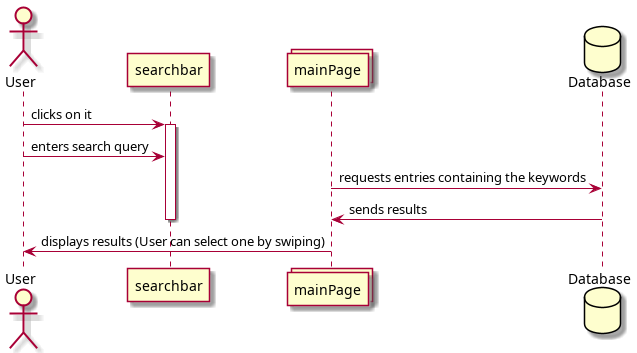
Before: Diagramme/Sequenzdiagramme/search.png, a diagram exported from PlantUML (dhbw-ka-tinf22b5-dinder/Dinder-SRS).
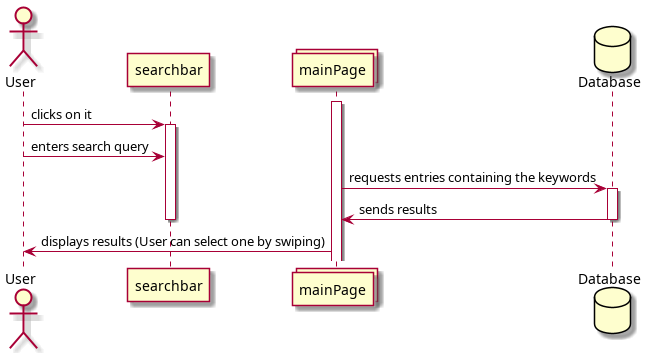
Above is the later version.

Diff of the diagram source:
```diff
@@ -4,11 +4,14 @@
 collections mainPage
 database Database
 
+activate mainPage
 User -> searchbar: clicks on it
 activate searchbar
 User -> searchbar: enters search query
 mainPage -> Database: requests entries containing the keywords
+activate Database
 Database -> mainPage: sends results
+deactivate Database
 deactivate searchbar
 mainPage -> User: displays results (User can select one by swiping)
 @enduml
```
